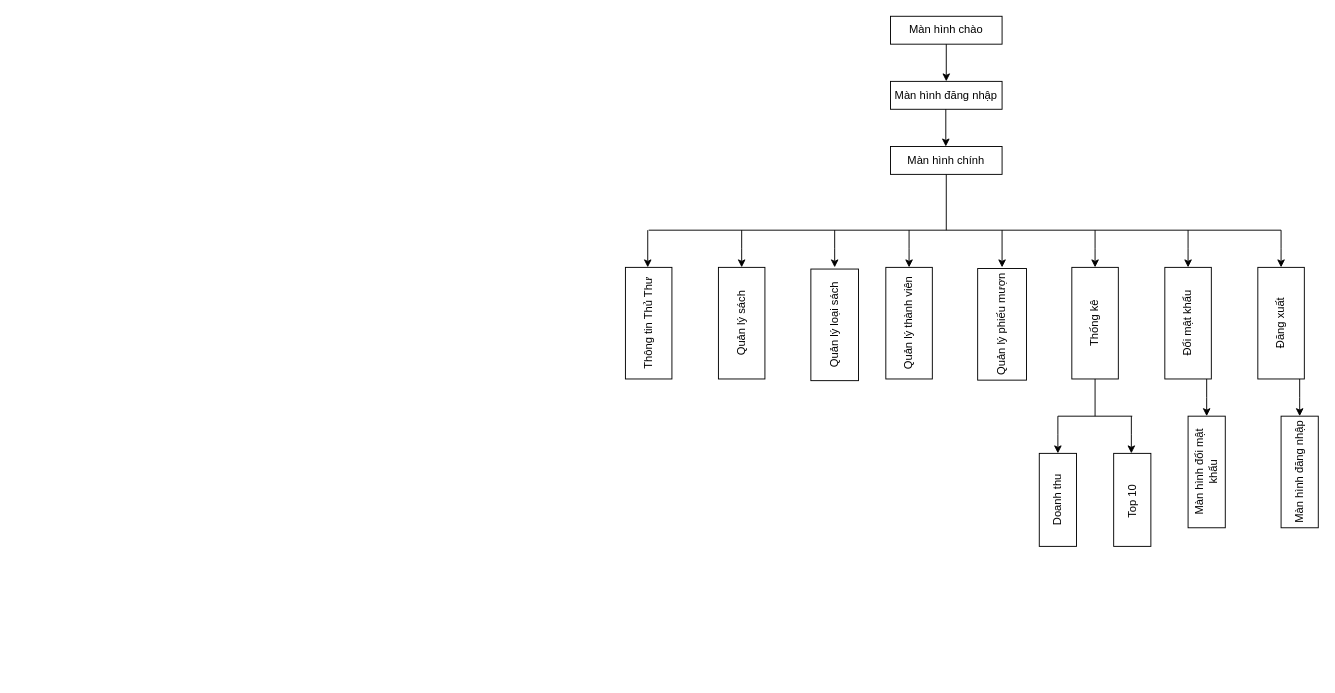
Before: Biểu đồ không có tiêu đề.drawio in thanhf313/duanmau, a draw.io diagram. Source tidied: cells renumbered, new cells numbered last; positions are measured from the earlier drawing's top-left corner, leaving out a move shared by most shapes. Both pictures are drawn from the tidied source at 93%, with x=0, y=0 at pixel (592, 16).
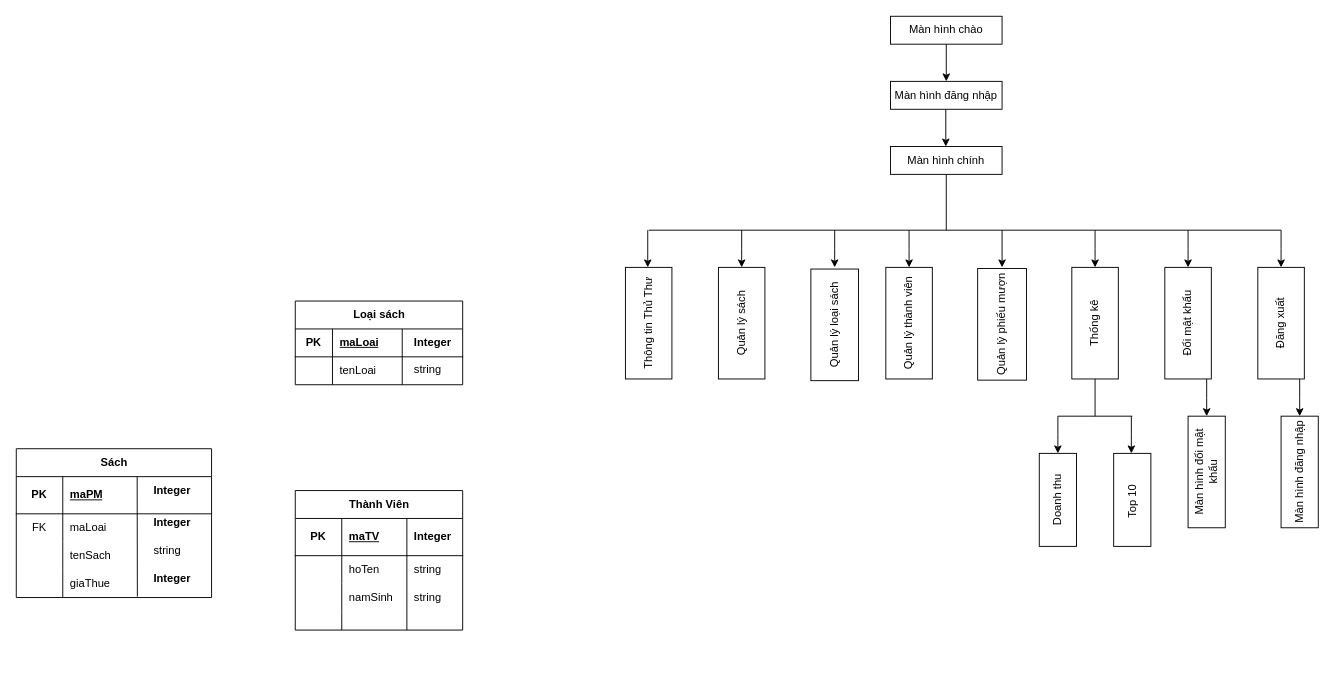
The same diagram, later.

Commit message:
Cập nhật Biểu đồ không có tiêu đề.drawio

The edit, as a diff of the source:
```diff
@@
+    <mxCell id="35" value="Sách" style="shape=table;startSize=30;childLayout=tableLayout;rowLines=0;fontStyle=1;align=center;html=1;" parent="1" vertex="1">
+      <mxGeometry x="-620" y="465" width="210" height="160" as="geometry" />
+    </mxCell>
+    <mxCell id="36" style="shape=tableRow;horizontal=0;startSize=0;swimlaneHead=0;swimlaneBody=0;fillColor=none;points=[[0,0.5],[1,0.5]];portConstraint=eastwest;top=0;left=0;right=0;bottom=1;" parent="35" vertex="1">
+      <mxGeometry y="30" width="210" height="40" as="geometry" />
+    </mxCell>
+    <mxCell id="37" value="PK" style="shape=partialRectangle;fillColor=none;top=0;left=0;bottom=0;right=0;fontStyle=1;overflow=hidden;whiteSpace=wrap;html=1;" parent="36" vertex="1">
+      <mxGeometry width="50" height="40" as="geometry" />
+    </mxCell>
+    <mxCell id="38" value="maPM" style="shape=partialRectangle;fillColor=none;top=0;left=0;bottom=0;right=0;align=left;spacingLeft=6;fontStyle=5;overflow=hidden;whiteSpace=wrap;html=1;" parent="36" vertex="1">
+      <mxGeometry x="50" width="160" height="40" as="geometry" />
+    </mxCell>
+    <mxCell id="39" style="shape=tableRow;horizontal=0;startSize=0;swimlaneHead=0;swimlaneBody=0;fillColor=none;top=0;left=0;right=0;bottom=0;" parent="35" vertex="1">
+      <mxGeometry y="70" width="210" height="30" as="geometry" />
+    </mxCell>
+    <mxCell id="40" value="FK" style="shape=partialRectangle;fillColor=none;top=0;left=0;bottom=0;right=0;overflow=hidden;whiteSpace=wrap;html=1;" parent="39" vertex="1">
+      <mxGeometry width="50" height="30" as="geometry" />
+    </mxCell>
+    <mxCell id="41" value="maLoai" style="shape=partialRectangle;fillColor=none;top=0;left=0;bottom=0;right=0;align=left;spacingLeft=6;overflow=hidden;whiteSpace=wrap;html=1;" parent="39" vertex="1">
+      <mxGeometry x="50" width="160" height="30" as="geometry" />
+    </mxCell>
+    <mxCell id="42" style="shape=tableRow;horizontal=0;startSize=0;swimlaneHead=0;swimlaneBody=0;fillColor=none;top=0;left=0;right=0;bottom=0;" parent="35" vertex="1">
+      <mxGeometry y="100" width="210" height="30" as="geometry" />
+    </mxCell>
+    <mxCell id="43" style="shape=partialRectangle;fillColor=none;top=0;left=0;bottom=0;right=0;overflow=hidden;whiteSpace=wrap;html=1;" parent="42" vertex="1">
+      <mxGeometry width="50" height="30" as="geometry" />
+    </mxCell>
+    <mxCell id="44" value="tenSach" style="shape=partialRectangle;fillColor=none;top=0;left=0;bottom=0;right=0;align=left;spacingLeft=6;overflow=hidden;whiteSpace=wrap;html=1;" parent="42" vertex="1">
+      <mxGeometry x="50" width="160" height="30" as="geometry" />
+    </mxCell>
+    <mxCell id="45" style="shape=tableRow;horizontal=0;startSize=0;swimlaneHead=0;swimlaneBody=0;fillColor=none;points=[[0,0.5],[1,0.5]];portConstraint=eastwest;top=0;left=0;right=0;bottom=0;" parent="35" vertex="1">
+      <mxGeometry y="130" width="210" height="30" as="geometry" />
+    </mxCell>
+    <mxCell id="46" style="shape=partialRectangle;fillColor=none;top=0;left=0;bottom=0;right=0;overflow=hidden;whiteSpace=wrap;html=1;" parent="45" vertex="1">
+      <mxGeometry width="50" height="30" as="geometry" />
+    </mxCell>
+    <mxCell id="47" value="giaThue" style="shape=partialRectangle;fillColor=none;top=0;left=0;bottom=0;right=0;align=left;spacingLeft=6;overflow=hidden;whiteSpace=wrap;html=1;" parent="45" vertex="1">
+      <mxGeometry x="50" width="160" height="30" as="geometry" />
+    </mxCell>
+    <mxCell id="48" style="endArrow=none;html=1;rounded=0;exitX=0.619;exitY=0.004;exitDx=0;exitDy=0;exitPerimeter=0;entryX=0.62;entryY=0.966;entryDx=0;entryDy=0;entryPerimeter=0;" parent="35" edge="1" source="36" target="45">
+      <mxGeometry relative="1" as="geometry" />
+    </mxCell>
+    <mxCell id="49" style="shape=tableRow;horizontal=0;startSize=0;swimlaneHead=0;swimlaneBody=0;fillColor=none;top=0;left=0;right=0;bottom=0;" parent="1" vertex="1">
+      <mxGeometry x="-610" y="585" width="180" height="30" as="geometry" />
+    </mxCell>
+    <mxCell id="50" style="shape=tableRow;horizontal=0;startSize=0;swimlaneHead=0;swimlaneBody=0;fillColor=none;top=0;left=0;right=0;bottom=0;" parent="1" vertex="1">
+      <mxGeometry x="-600" y="595" width="180" height="30" as="geometry" />
+    </mxCell>
+    <mxCell id="51" style="shape=tableRow;horizontal=0;startSize=0;swimlaneHead=0;swimlaneBody=0;fillColor=none;top=0;left=0;right=0;bottom=0;" parent="1" vertex="1">
+      <mxGeometry x="-620" y="680" width="180" height="30" as="geometry" />
+    </mxCell>
+    <mxCell id="52" style="shape=partialRectangle;fillColor=none;top=0;left=0;bottom=0;right=0;overflow=hidden;whiteSpace=wrap;html=1;" parent="51" vertex="1">
+      <mxGeometry width="30" height="30" as="geometry" />
+    </mxCell>
+    <mxCell id="53" value="&lt;b&gt;Integer&lt;/b&gt;" style="shape=partialRectangle;fillColor=none;top=0;left=0;bottom=0;right=0;align=left;spacingLeft=6;overflow=hidden;whiteSpace=wrap;html=1;" parent="1" vertex="1">
+      <mxGeometry x="-480" y="500" width="150" height="20" as="geometry" />
+    </mxCell>
+    <mxCell id="54" value="string" style="shape=partialRectangle;fillColor=none;top=0;left=0;bottom=0;right=0;align=left;spacingLeft=6;overflow=hidden;whiteSpace=wrap;html=1;" parent="1" vertex="1">
+      <mxGeometry x="-480" y="565" width="150" height="20" as="geometry" />
+    </mxCell>
+    <mxCell id="55" value="&lt;b&gt;Integer&lt;/b&gt;" style="shape=partialRectangle;fillColor=none;top=0;left=0;bottom=0;right=0;align=left;spacingLeft=6;overflow=hidden;whiteSpace=wrap;html=1;" parent="1" vertex="1">
+      <mxGeometry x="-480" y="595" width="150" height="20" as="geometry" />
+    </mxCell>
+    <mxCell id="56" value="&lt;b&gt;Integer&lt;/b&gt;" style="shape=partialRectangle;fillColor=none;top=0;left=0;bottom=0;right=0;align=left;spacingLeft=6;overflow=hidden;whiteSpace=wrap;html=1;" parent="1" vertex="1">
+      <mxGeometry x="-480" y="535" width="150" height="20" as="geometry" />
+    </mxCell>
+    <mxCell id="57" value="Thành Viên" style="shape=table;startSize=30;childLayout=tableLayout;rowLines=0;fontStyle=1;align=center;html=1;" parent="1" vertex="1">
+      <mxGeometry x="-320" y="510" width="180" height="150" as="geometry" />
+    </mxCell>
+    <mxCell id="58" style="shape=tableRow;horizontal=0;startSize=0;swimlaneHead=0;swimlaneBody=0;fillColor=none;top=0;left=0;right=0;bottom=1;" parent="57" vertex="1">
+      <mxGeometry y="30" width="180" height="40" as="geometry" />
+    </mxCell>
+    <mxCell id="59" value="PK" style="shape=partialRectangle;fillColor=none;top=0;left=0;bottom=0;right=0;fontStyle=1;overflow=hidden;whiteSpace=wrap;html=1;" parent="58" vertex="1">
+      <mxGeometry width="50" height="40" as="geometry" />
+    </mxCell>
+    <mxCell id="60" value="maTV" style="shape=partialRectangle;fillColor=none;top=0;left=0;bottom=0;right=0;align=left;spacingLeft=6;fontStyle=5;overflow=hidden;whiteSpace=wrap;html=1;" parent="58" vertex="1">
+      <mxGeometry x="50" width="130" height="40" as="geometry" />
+    </mxCell>
+    <mxCell id="61" style="shape=tableRow;horizontal=0;startSize=0;swimlaneHead=0;swimlaneBody=0;fillColor=none;top=0;left=0;right=0;bottom=0;" parent="57" vertex="1">
+      <mxGeometry y="70" width="180" height="30" as="geometry" />
+    </mxCell>
+    <mxCell id="62" style="shape=partialRectangle;fillColor=none;top=0;left=0;bottom=0;right=0;overflow=hidden;whiteSpace=wrap;html=1;" parent="61" vertex="1">
+      <mxGeometry width="50" height="30" as="geometry" />
+    </mxCell>
+    <mxCell id="63" value="hoTen" style="shape=partialRectangle;fillColor=none;top=0;left=0;bottom=0;right=0;align=left;spacingLeft=6;overflow=hidden;whiteSpace=wrap;html=1;" parent="61" vertex="1">
+      <mxGeometry x="50" width="130" height="30" as="geometry" />
+    </mxCell>
+    <mxCell id="64" style="shape=tableRow;horizontal=0;startSize=0;swimlaneHead=0;swimlaneBody=0;fillColor=none;top=0;left=0;right=0;bottom=0;" parent="57" vertex="1">
+      <mxGeometry y="100" width="180" height="30" as="geometry" />
+    </mxCell>
+    <mxCell id="65" style="shape=partialRectangle;fillColor=none;top=0;left=0;bottom=0;right=0;overflow=hidden;whiteSpace=wrap;html=1;" parent="64" vertex="1">
+      <mxGeometry width="50" height="30" as="geometry" />
+    </mxCell>
+    <mxCell id="66" value="namSinh" style="shape=partialRectangle;fillColor=none;top=0;left=0;bottom=0;right=0;align=left;spacingLeft=6;overflow=hidden;whiteSpace=wrap;html=1;" parent="64" vertex="1">
+      <mxGeometry x="50" width="130" height="30" as="geometry" />
+    </mxCell>
+    <mxCell id="67" style="shape=tableRow;horizontal=0;startSize=0;swimlaneHead=0;swimlaneBody=0;fillColor=none;top=0;left=0;right=0;bottom=0;" parent="57" vertex="1">
+      <mxGeometry y="130" width="180" height="20" as="geometry" />
+    </mxCell>
+    <mxCell id="68" style="shape=partialRectangle;fillColor=none;top=0;left=0;bottom=0;right=0;overflow=hidden;whiteSpace=wrap;html=1;" parent="67" vertex="1">
+      <mxGeometry width="50" height="20" as="geometry" />
+    </mxCell>
+    <mxCell id="69" style="shape=partialRectangle;fillColor=none;top=0;left=0;bottom=0;right=0;align=left;spacingLeft=6;overflow=hidden;whiteSpace=wrap;html=1;" parent="67" vertex="1">
+      <mxGeometry x="50" width="130" height="20" as="geometry" />
+    </mxCell>
+    <mxCell id="70" style="line;strokeWidth=1;dashed=0;labelPosition=right;align=left;verticalAlign=middle;spacingTop=0;spacingLeft=6;direction=south;" parent="1" vertex="1">
+      <mxGeometry x="-220" y="540" width="40" height="120" as="geometry" />
+    </mxCell>
+    <mxCell id="71" value="&lt;b&gt;Integer&lt;/b&gt;" style="shape=partialRectangle;fillColor=none;top=0;left=0;bottom=0;right=0;align=left;spacingLeft=6;overflow=hidden;whiteSpace=wrap;html=1;" parent="1" vertex="1">
+      <mxGeometry x="-200" y="550" width="60" height="20" as="geometry" />
+    </mxCell>
+    <mxCell id="72" value="string" style="shape=partialRectangle;fillColor=none;top=0;left=0;bottom=0;right=0;align=left;spacingLeft=6;overflow=hidden;whiteSpace=wrap;html=1;" parent="1" vertex="1">
+      <mxGeometry x="-200" y="585" width="60" height="20" as="geometry" />
+    </mxCell>
+    <mxCell id="73" value="string" style="shape=partialRectangle;fillColor=none;top=0;left=0;bottom=0;right=0;align=left;spacingLeft=6;overflow=hidden;whiteSpace=wrap;html=1;" parent="1" vertex="1">
+      <mxGeometry x="-200" y="615" width="60" height="20" as="geometry" />
+    </mxCell>
+    <mxCell id="74" value="Loại sách" style="shape=table;startSize=30;childLayout=tableLayout;rowLines=0;fontStyle=1;align=center;html=1;" parent="1" vertex="1">
+      <mxGeometry x="-320" y="306.2" width="180" height="90" as="geometry" />
+    </mxCell>
+    <mxCell id="75" style="shape=tableRow;horizontal=0;startSize=0;swimlaneHead=0;swimlaneBody=0;fillColor=none;top=0;left=0;right=0;bottom=1;" parent="74" vertex="1">
+      <mxGeometry y="30" width="180" height="30" as="geometry" />
+    </mxCell>
+    <mxCell id="76" value="PK" style="shape=partialRectangle;fillColor=none;top=0;left=0;bottom=0;right=0;fontStyle=1;overflow=hidden;whiteSpace=wrap;html=1;" parent="75" vertex="1">
+      <mxGeometry width="40" height="30" as="geometry" />
+    </mxCell>
+    <mxCell id="77" value="maLoai" style="shape=partialRectangle;fillColor=none;top=0;left=0;bottom=0;right=0;align=left;spacingLeft=6;fontStyle=5;overflow=hidden;whiteSpace=wrap;html=1;" parent="75" vertex="1">
+      <mxGeometry x="40" width="140" height="30" as="geometry" />
+    </mxCell>
+    <mxCell id="78" style="shape=tableRow;horizontal=0;startSize=0;swimlaneHead=0;swimlaneBody=0;fillColor=none;top=0;left=0;right=0;bottom=0;" parent="74" vertex="1">
+      <mxGeometry y="60" width="180" height="30" as="geometry" />
+    </mxCell>
+    <mxCell id="79" style="shape=partialRectangle;fillColor=none;top=0;left=0;bottom=0;right=0;overflow=hidden;whiteSpace=wrap;html=1;" parent="78" vertex="1">
+      <mxGeometry width="40" height="30" as="geometry" />
+    </mxCell>
+    <mxCell id="80" value="tenLoai" style="shape=partialRectangle;fillColor=none;top=0;left=0;bottom=0;right=0;align=left;spacingLeft=6;overflow=hidden;whiteSpace=wrap;html=1;" parent="78" vertex="1">
+      <mxGeometry x="40" width="140" height="30" as="geometry" />
+    </mxCell>
+    <mxCell id="81" style="line;strokeWidth=1;dashed=0;labelPosition=right;align=left;verticalAlign=middle;spacingTop=0;spacingLeft=6;direction=south;" parent="1" vertex="1">
+      <mxGeometry x="-210" y="336.2" width="10" height="60" as="geometry" />
+    </mxCell>
+    <mxCell id="82" value="&lt;b&gt;Integer&lt;/b&gt;" style="shape=partialRectangle;fillColor=none;top=0;left=0;bottom=0;right=0;align=left;spacingLeft=6;overflow=hidden;whiteSpace=wrap;html=1;" parent="1" vertex="1">
+      <mxGeometry x="-200" y="341.2" width="60" height="20" as="geometry" />
+    </mxCell>
+    <mxCell id="83" value="string" style="shape=partialRectangle;fillColor=none;top=0;left=0;bottom=0;right=0;align=left;spacingLeft=6;overflow=hidden;whiteSpace=wrap;html=1;" parent="1" vertex="1">
+      <mxGeometry x="-200" y="370" width="60" height="20" as="geometry" />
+    </mxCell>
```
